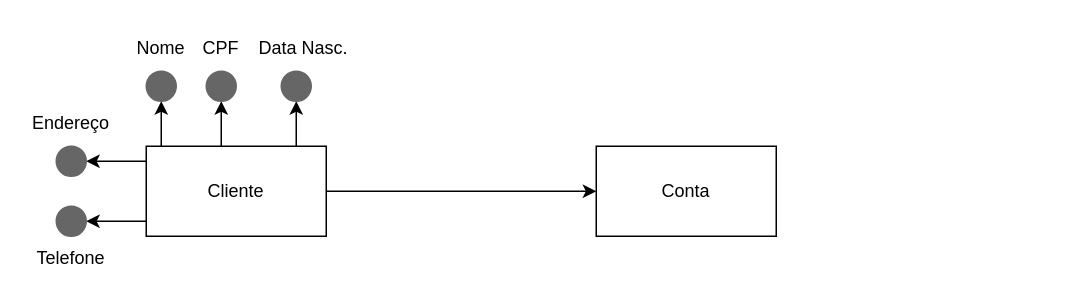
Above: diagrama/Diagrama sem nome.drawio in Eric-Catarina/Sistema-Bancario (draw.io), before the change. Source tidied: cells renumbered, new cells numbered last; positions are measured from the earlier drawing's top-left corner, leaving out a move shared by most shapes. Both pictures are drawn from the tidied source at 150%, with x=0, y=0 at pixel (26, 26).
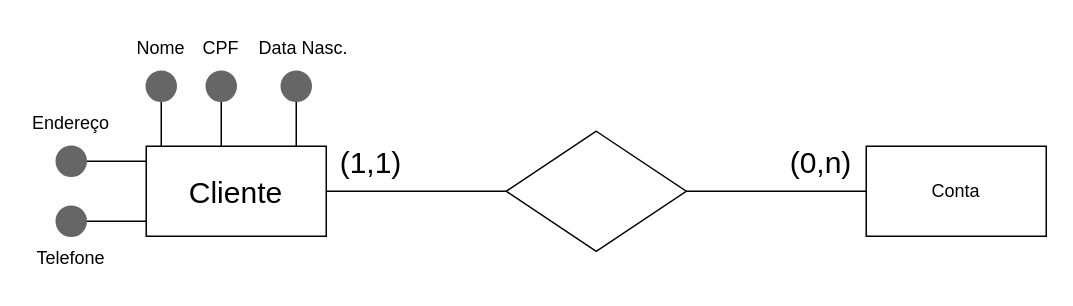
The same page after the edit.

Commit message:
Criação das 2 primeiras entidades

The change refers to these unchanged cells:
```xml
<mxCell id="8" style="ellipse;whiteSpace=wrap;html=1;fillColor=#666666;fontColor=#333333;strokeColor=#666666;" parent="1" vertex="1">
  <mxGeometry x="80" y="30" width="20" height="20" as="geometry" />
</mxCell>
<mxCell id="11" style="ellipse;whiteSpace=wrap;html=1;fillColor=#666666;fontColor=#333333;strokeColor=#666666;" parent="1" vertex="1">
  <mxGeometry x="120" y="30" width="20" height="20" as="geometry" />
</mxCell>
<mxCell id="13" style="ellipse;whiteSpace=wrap;html=1;fillColor=#666666;fontColor=#333333;strokeColor=#666666;" parent="1" vertex="1">
  <mxGeometry x="170" y="30" width="20" height="20" as="geometry" />
</mxCell>
<mxCell id="15" style="ellipse;whiteSpace=wrap;html=1;fillColor=#666666;fontColor=#333333;strokeColor=#666666;" parent="1" vertex="1">
  <mxGeometry x="20" y="80" width="20" height="20" as="geometry" />
</mxCell>
<mxCell id="17" style="ellipse;whiteSpace=wrap;html=1;fillColor=#666666;fontColor=#333333;strokeColor=#666666;" parent="1" vertex="1">
  <mxGeometry x="20" y="120" width="20" height="20" as="geometry" />
</mxCell>
```

What changed in the source:
```diff
@@
-    <mxCell id="2" style="edgeStyle=orthogonalEdgeStyle;rounded=0;jettySize=auto;html=1;entryX=0;entryY=0.5;entryDx=0;entryDy=0;" parent="1" edge="1" source="6" target="7">
-      <mxGeometry relative="1" as="geometry">
-        <Array as="points">
-          <mxPoint x="210" y="110" />
-          <mxPoint x="210" y="110" />
-        </Array>
-      </mxGeometry>
-    </mxCell>
-    <mxCell id="3" style="edgeStyle=orthogonalEdgeStyle;rounded=0;jettySize=auto;html=1;entryX=0.5;entryY=1;entryDx=0;entryDy=0;" parent="1" edge="1" source="6" target="8">
+    <mxCell id="3" style="edgeStyle=orthogonalEdgeStyle;rounded=0;jettySize=auto;html=1;entryX=0.5;entryY=1;entryDx=0;entryDy=0;endArrow=none;endFill=0;" parent="1" edge="1" source="6" target="8">
       <mxGeometry relative="1" as="geometry">
         <Array as="points">
           <mxPoint x="90" y="70" />
           <mxPoint x="90" y="70" />
         </Array>
       </mxGeometry>
     </mxCell>
-    <mxCell id="4" style="edgeStyle=orthogonalEdgeStyle;rounded=0;jettySize=auto;html=1;entryX=0.5;entryY=1;entryDx=0;entryDy=0;" parent="1" edge="1" source="6" target="13">
+    <mxCell id="4" style="edgeStyle=orthogonalEdgeStyle;rounded=0;jettySize=auto;html=1;entryX=0.5;entryY=1;entryDx=0;entryDy=0;endArrow=none;endFill=0;" parent="1" edge="1" source="6" target="13">
       <mxGeometry relative="1" as="geometry">
         <Array as="points">
           <mxPoint x="180" y="70" />
           <mxPoint x="180" y="70" />
         </Array>
       </mxGeometry>
     </mxCell>
-    <mxCell id="5" style="edgeStyle=orthogonalEdgeStyle;rounded=0;jettySize=auto;html=1;" parent="1" edge="1" source="6" target="15">
+    <mxCell id="5" style="edgeStyle=orthogonalEdgeStyle;rounded=0;jettySize=auto;html=1;endArrow=none;endFill=0;" parent="1" edge="1" source="6" target="15">
       <mxGeometry relative="1" as="geometry">
         <Array as="points">
           <mxPoint x="70" y="90" />
           <mxPoint x="70" y="90" />
         </Array>
       </mxGeometry>
     </mxCell>
+    <mxCell id="20" style="edgeStyle=orthogonalEdgeStyle;rounded=0;jettySize=auto;html=1;fontSize=20;endArrow=none;endFill=0;" parent="1" edge="1" source="6" target="22">
+      <mxGeometry relative="1" as="geometry" />
+    </mxCell>
-    <mxCell id="6" value="Cliente" style="rounded=0;whiteSpace=wrap;html=1;" parent="1" vertex="1">
+    <mxCell id="6" value="&lt;font style=&quot;font-size: 20px;&quot;&gt;Cliente&lt;/font&gt;" style="rounded=0;whiteSpace=wrap;html=1;" parent="1" vertex="1">
       <mxGeometry x="80" y="80" width="120" height="60" as="geometry" />
     </mxCell>
     <mxCell id="7" value="Conta" style="rounded=0;whiteSpace=wrap;html=1;" parent="1" vertex="1">
-      <mxGeometry x="380" y="80" width="120" height="60" as="geometry" />
+      <mxGeometry x="560" y="80" width="120" height="60" as="geometry" />
     </mxCell>
@@
-    <mxCell id="10" style="edgeStyle=orthogonalEdgeStyle;rounded=0;jettySize=auto;html=1;entryX=0.5;entryY=1;entryDx=0;entryDy=0;" parent="1" edge="1" target="11">
+    <mxCell id="10" style="edgeStyle=orthogonalEdgeStyle;rounded=0;jettySize=auto;html=1;entryX=0.5;entryY=1;entryDx=0;entryDy=0;endArrow=none;endFill=0;" parent="1" edge="1" target="11">
       <mxGeometry relative="1" as="geometry">
         <mxPoint x="130" y="80" as="sourcePoint" />
         <Array as="points">
           <mxPoint x="130" y="70" />
           <mxPoint x="130" y="70" />
         </Array>
       </mxGeometry>
     </mxCell>
@@
-    <mxCell id="16" style="edgeStyle=orthogonalEdgeStyle;rounded=0;jettySize=auto;html=1;" parent="1" edge="1" target="17">
+    <mxCell id="16" style="edgeStyle=orthogonalEdgeStyle;rounded=0;jettySize=auto;html=1;endArrow=none;endFill=0;" parent="1" edge="1" target="17">
       <mxGeometry relative="1" as="geometry">
         <mxPoint x="80" y="130" as="sourcePoint" />
         <Array as="points">
           <mxPoint x="70" y="130" />
           <mxPoint x="70" y="130" />
         </Array>
       </mxGeometry>
     </mxCell>
@@
+    <mxCell id="21" style="edgeStyle=orthogonalEdgeStyle;rounded=0;jettySize=auto;html=1;entryX=0;entryY=0.5;entryDx=0;entryDy=0;fontSize=20;endArrow=none;endFill=0;" parent="1" edge="1" source="22" target="7">
+      <mxGeometry relative="1" as="geometry" />
+    </mxCell>
+    <mxCell id="22" style="rhombus;whiteSpace=wrap;html=1;fontSize=20;" parent="1" vertex="1">
+      <mxGeometry x="320" y="70" width="120" height="80" as="geometry" />
+    </mxCell>
+    <mxCell id="23" value="(1,1)" style="text;html=1;strokeColor=none;fillColor=none;align=center;verticalAlign=middle;whiteSpace=wrap;rounded=0;fontSize=20;" parent="1" vertex="1">
+      <mxGeometry x="200" y="75" width="60" height="30" as="geometry" />
+    </mxCell>
+    <mxCell id="24" value="(0,n)" style="text;html=1;strokeColor=none;fillColor=none;align=center;verticalAlign=middle;whiteSpace=wrap;rounded=0;fontSize=20;" parent="1" vertex="1">
+      <mxGeometry x="500" y="75" width="60" height="30" as="geometry" />
+    </mxCell>
```
